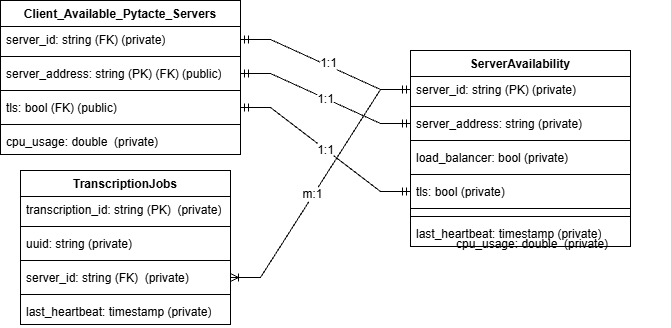
Earlier version of the draw.io export Pytacte-ui/pytacte/src/data/Database_Schema.drawio.png (CSharpTeoMan911/Pytacte). Source tidied: cells renumbered, new cells last; positions are measured from the earlier drawing's top-left corner, leaving out a move shared by most shapes. Source of this version:
```xml
<mxGraphModel background="light-dark(#ffffff, #121212)">
  <root>
    <mxCell id="0" />
    <mxCell id="1" parent="0" />
    <mxCell id="2" value="TranscriptionJobs&lt;div&gt;&lt;br&gt;&lt;/div&gt;" style="swimlane;fontStyle=1;align=center;verticalAlign=top;horizontal=1;startSize=26;whiteSpace=wrap;html=1;" parent="1" vertex="1">
      <mxGeometry x="20" y="170" width="210" height="154" as="geometry" />
    </mxCell>
    <mxCell id="3" value="transcription_id: string (PK)&amp;nbsp;&amp;nbsp;(private)" style="text;strokeColor=none;fillColor=none;align=left;verticalAlign=top;spacingLeft=4;spacingRight=4;overflow=hidden;whiteSpace=wrap;html=1;" parent="2" vertex="1">
      <mxGeometry y="26" width="210" height="26" as="geometry" />
    </mxCell>
    <mxCell id="4" style="line;strokeWidth=1;fillColor=none;align=left;verticalAlign=middle;spacingTop=-1;spacingLeft=3;spacingRight=3;labelPosition=right;strokeColor=inherit;labelPerimeter=1;" parent="2" vertex="1">
      <mxGeometry y="52" width="210" height="8" as="geometry" />
    </mxCell>
    <mxCell id="5" value="uuid: string (private)" style="text;strokeColor=none;fillColor=none;align=left;verticalAlign=top;spacingLeft=4;spacingRight=4;overflow=hidden;whiteSpace=wrap;html=1;" parent="2" vertex="1">
      <mxGeometry y="60" width="210" height="26" as="geometry" />
    </mxCell>
    <mxCell id="6" style="line;strokeWidth=1;fillColor=none;align=left;verticalAlign=middle;spacingTop=-1;spacingLeft=3;spacingRight=3;labelPosition=right;strokeColor=inherit;labelPerimeter=1;" parent="2" vertex="1">
      <mxGeometry y="86" width="210" height="8" as="geometry" />
    </mxCell>
    <mxCell id="7" value="server_id: string (FK)&amp;nbsp; (private)" style="text;strokeColor=none;fillColor=none;align=left;verticalAlign=top;spacingLeft=4;spacingRight=4;overflow=hidden;points=[[0,0.5],[1,0.5]];portConstraint=eastwest;whiteSpace=wrap;html=1;" parent="2" vertex="1">
      <mxGeometry y="94" width="210" height="26" as="geometry" />
    </mxCell>
    <mxCell id="8" style="line;strokeWidth=1;fillColor=none;align=left;verticalAlign=middle;spacingTop=-1;spacingLeft=3;spacingRight=3;labelPosition=right;strokeColor=inherit;labelPerimeter=1;" parent="2" vertex="1">
      <mxGeometry y="120" width="210" height="8" as="geometry" />
    </mxCell>
    <mxCell id="9" value="last_heartbeat: timestamp (private)" style="text;strokeColor=none;fillColor=none;align=left;verticalAlign=top;spacingLeft=4;spacingRight=4;overflow=hidden;whiteSpace=wrap;html=1;" parent="2" vertex="1">
      <mxGeometry y="128" width="210" height="26" as="geometry" />
    </mxCell>
    <mxCell id="10" value="ServerAvailability" style="swimlane;fontStyle=1;align=center;verticalAlign=top;horizontal=1;startSize=26;whiteSpace=wrap;html=1;" parent="1" vertex="1">
      <mxGeometry x="410" y="50" width="220" height="196" as="geometry" />
    </mxCell>
    <mxCell id="11" value="server_id: string (PK) (private)" style="text;strokeColor=none;fillColor=none;align=left;verticalAlign=top;spacingLeft=4;spacingRight=4;overflow=hidden;points=[[0,0.5],[1,0.5]];portConstraint=eastwest;whiteSpace=wrap;html=1;" parent="10" vertex="1">
      <mxGeometry y="26" width="220" height="26" as="geometry" />
    </mxCell>
    <mxCell id="12" style="line;strokeWidth=1;fillColor=none;align=left;verticalAlign=middle;spacingTop=-1;spacingLeft=3;spacingRight=3;labelPosition=right;strokeColor=inherit;labelPerimeter=1;" parent="10" vertex="1">
      <mxGeometry y="52" width="220" height="8" as="geometry" />
    </mxCell>
    <mxCell id="13" value="server_address: string (private)" style="text;strokeColor=none;fillColor=none;align=left;verticalAlign=top;spacingLeft=4;spacingRight=4;overflow=hidden;points=[[0,0.5],[1,0.5]];portConstraint=eastwest;whiteSpace=wrap;html=1;" parent="10" vertex="1">
      <mxGeometry y="60" width="220" height="26" as="geometry" />
    </mxCell>
    <mxCell id="14" style="line;strokeWidth=1;fillColor=none;align=left;verticalAlign=middle;spacingTop=-1;spacingLeft=3;spacingRight=3;labelPosition=right;strokeColor=inherit;labelPerimeter=1;" parent="10" vertex="1">
      <mxGeometry y="86" width="220" height="8" as="geometry" />
    </mxCell>
    <mxCell id="15" value="load_balancer: bool (private)" style="text;strokeColor=none;fillColor=none;align=left;verticalAlign=top;spacingLeft=4;spacingRight=4;overflow=hidden;whiteSpace=wrap;html=1;" parent="10" vertex="1">
      <mxGeometry y="94" width="220" height="26" as="geometry" />
    </mxCell>
    <mxCell id="16" style="line;strokeWidth=1;fillColor=none;align=left;verticalAlign=middle;spacingTop=-1;spacingLeft=3;spacingRight=3;labelPosition=right;strokeColor=inherit;labelPerimeter=1;" parent="10" vertex="1">
      <mxGeometry y="120" width="220" height="8" as="geometry" />
    </mxCell>
    <mxCell id="17" value="tls: bool (private)" style="text;strokeColor=none;fillColor=none;align=left;verticalAlign=top;spacingLeft=4;spacingRight=4;overflow=hidden;points=[[0,0.5],[1,0.5]];portConstraint=eastwest;whiteSpace=wrap;html=1;" parent="10" vertex="1">
      <mxGeometry y="128" width="220" height="26" as="geometry" />
    </mxCell>
    <mxCell id="18" style="line;strokeWidth=1;fillColor=none;align=left;verticalAlign=middle;spacingTop=-1;spacingLeft=3;spacingRight=3;labelPosition=right;strokeColor=inherit;labelPerimeter=1;" parent="10" vertex="1">
      <mxGeometry y="154" width="220" height="8" as="geometry" />
    </mxCell>
    <mxCell id="19" style="line;strokeWidth=1;fillColor=none;align=left;verticalAlign=middle;spacingTop=-1;spacingLeft=3;spacingRight=3;labelPosition=right;strokeColor=inherit;labelPerimeter=1;" parent="10" vertex="1">
      <mxGeometry y="162" width="220" height="8" as="geometry" />
    </mxCell>
    <mxCell id="20" value="last_heartbeat: timestamp (private)" style="text;strokeColor=none;fillColor=none;align=left;verticalAlign=top;spacingLeft=4;spacingRight=4;overflow=hidden;whiteSpace=wrap;html=1;" parent="10" vertex="1">
      <mxGeometry y="170" width="220" height="26" as="geometry" />
    </mxCell>
    <mxCell id="21" value="Client_Available_Pytacte_Servers" style="swimlane;fontStyle=1;align=center;verticalAlign=top;horizontal=1;startSize=26;whiteSpace=wrap;html=1;" parent="1" vertex="1">
      <mxGeometry width="240" height="154" as="geometry" />
    </mxCell>
    <mxCell id="22" value="server_id: string (FK) (private)" style="text;strokeColor=none;fillColor=none;align=left;verticalAlign=top;spacingLeft=4;spacingRight=4;overflow=hidden;points=[[0,0.5],[1,0.5]];portConstraint=eastwest;whiteSpace=wrap;html=1;" parent="21" vertex="1">
      <mxGeometry y="26" width="240" height="26" as="geometry" />
    </mxCell>
    <mxCell id="23" style="line;strokeWidth=1;fillColor=none;align=left;verticalAlign=middle;spacingTop=-1;spacingLeft=3;spacingRight=3;labelPosition=right;strokeColor=inherit;labelPerimeter=1;" parent="21" vertex="1">
      <mxGeometry y="52" width="240" height="8" as="geometry" />
    </mxCell>
    <mxCell id="24" value="server_address: string (PK) (FK) (public)" style="text;strokeColor=none;fillColor=none;align=left;verticalAlign=top;spacingLeft=4;spacingRight=4;overflow=hidden;points=[[0,0.5],[1,0.5]];portConstraint=eastwest;whiteSpace=wrap;html=1;" parent="21" vertex="1">
      <mxGeometry y="60" width="240" height="26" as="geometry" />
    </mxCell>
    <mxCell id="25" style="line;strokeWidth=1;fillColor=none;align=left;verticalAlign=middle;spacingTop=-1;spacingLeft=3;spacingRight=3;labelPosition=right;strokeColor=inherit;labelPerimeter=1;" parent="21" vertex="1">
      <mxGeometry y="86" width="240" height="8" as="geometry" />
    </mxCell>
    <mxCell id="26" value="tls: bool (FK) (public)" style="text;strokeColor=none;fillColor=none;align=left;verticalAlign=top;spacingLeft=4;spacingRight=4;overflow=hidden;points=[[0,0.5],[1,0.5]];portConstraint=eastwest;whiteSpace=wrap;html=1;" parent="21" vertex="1">
      <mxGeometry y="94" width="240" height="26" as="geometry" />
    </mxCell>
    <mxCell id="27" style="line;strokeWidth=1;fillColor=none;align=left;verticalAlign=middle;spacingTop=-1;spacingLeft=3;spacingRight=3;labelPosition=right;strokeColor=inherit;labelPerimeter=1;" parent="21" vertex="1">
      <mxGeometry y="120" width="240" height="8" as="geometry" />
    </mxCell>
    <mxCell id="28" value="cpu_usage: double&amp;nbsp;&amp;nbsp;(private)" style="text;strokeColor=none;fillColor=none;align=left;verticalAlign=top;spacingLeft=4;spacingRight=4;overflow=hidden;whiteSpace=wrap;html=1;" parent="21" vertex="1">
      <mxGeometry y="128" width="240" height="26" as="geometry" />
    </mxCell>
    <mxCell id="29" style="edgeStyle=entityRelationEdgeStyle;fontSize=12;html=1;endArrow=ERoneToMany;rounded=0;defaultLabelBackgroundColor=page;exitX=0;exitY=0.5;exitDx=0;exitDy=0;entryX=1;entryY=0.5;entryDx=0;entryDy=0;" parent="1" edge="1" source="11" target="7">
      <mxGeometry relative="1" as="geometry" />
    </mxCell>
    <mxCell id="30" value="m:1" style="edgeLabel;html=1;align=center;verticalAlign=middle;inheritText=1;fontSize=12;defaultLabelBackgroundColor=page;" parent="29" vertex="1">
      <mxGeometry x="0.1" y="-2" relative="1" as="geometry" />
    </mxCell>
    <mxCell id="31" style="edgeStyle=entityRelationEdgeStyle;fontSize=12;html=1;endArrow=ERmandOne;startArrow=ERmandOne;rounded=0;defaultLabelBackgroundColor=page;entryX=0;entryY=0.5;entryDx=0;entryDy=0;exitX=1;exitY=0.5;exitDx=0;exitDy=0;" parent="1" edge="1" source="22" target="11">
      <mxGeometry relative="1" as="geometry" />
    </mxCell>
    <mxCell id="32" value="1:1" style="edgeLabel;html=1;align=center;verticalAlign=middle;inheritText=1;fontSize=12;defaultLabelBackgroundColor=page;" parent="31" vertex="1">
      <mxGeometry x="0.02" y="2" relative="1" as="geometry" />
    </mxCell>
    <mxCell id="33" style="edgeStyle=entityRelationEdgeStyle;fontSize=12;html=1;endArrow=ERmandOne;startArrow=ERmandOne;rounded=0;defaultLabelBackgroundColor=page;entryX=0;entryY=0.5;entryDx=0;entryDy=0;exitX=1;exitY=0.5;exitDx=0;exitDy=0;" parent="1" edge="1" source="24" target="13">
      <mxGeometry relative="1" as="geometry" />
    </mxCell>
    <mxCell id="34" value="1:1" style="edgeLabel;html=1;align=center;verticalAlign=middle;inheritText=1;fontSize=12;defaultLabelBackgroundColor=page;" parent="33" vertex="1">
      <mxGeometry x="-0.01" y="-1" relative="1" as="geometry" />
    </mxCell>
    <mxCell id="35" style="edgeStyle=entityRelationEdgeStyle;fontSize=12;html=1;endArrow=ERmandOne;startArrow=ERmandOne;rounded=0;defaultLabelBackgroundColor=page;entryX=0;entryY=0.5;entryDx=0;entryDy=0;exitX=1;exitY=0.5;exitDx=0;exitDy=0;" parent="1" edge="1" source="26" target="17">
      <mxGeometry relative="1" as="geometry" />
    </mxCell>
    <mxCell id="36" value="1:1" style="edgeLabel;html=1;align=center;verticalAlign=middle;inheritText=1;fontSize=12;defaultLabelBackgroundColor=page;" parent="35" vertex="1">
      <mxGeometry x="-0.01" y="-1" relative="1" as="geometry" />
    </mxCell>
    <mxCell id="37" value="cpu_usage: double&amp;nbsp;&amp;nbsp;(private)" style="text;strokeColor=none;fillColor=none;align=left;verticalAlign=top;spacingLeft=4;spacingRight=4;overflow=hidden;whiteSpace=wrap;html=1;" parent="1" vertex="1">
      <mxGeometry x="450" y="230" width="220" height="26" as="geometry" />
    </mxCell>
  </root>
</mxGraphModel>
```
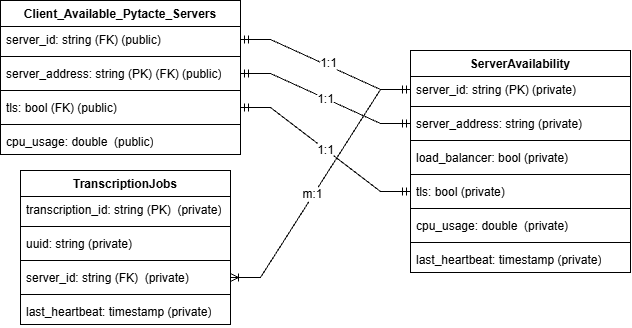
The same diagram one commit later.

Diff of the diagram source:
```diff
@@ -27,7 +27,7 @@
       <mxGeometry y="128" width="210" height="26" as="geometry" />
     </mxCell>
     <mxCell id="10" value="ServerAvailability" style="swimlane;fontStyle=1;align=center;verticalAlign=top;horizontal=1;startSize=26;whiteSpace=wrap;html=1;" parent="1" vertex="1">
-      <mxGeometry x="410" y="50" width="220" height="196" as="geometry" />
+      <mxGeometry x="410" y="50" width="220" height="222" as="geometry" />
     </mxCell>
     <mxCell id="11" value="server_id: string (PK) (private)" style="text;strokeColor=none;fillColor=none;align=left;verticalAlign=top;spacingLeft=4;spacingRight=4;overflow=hidden;points=[[0,0.5],[1,0.5]];portConstraint=eastwest;whiteSpace=wrap;html=1;" parent="10" vertex="1">
       <mxGeometry y="26" width="220" height="26" as="geometry" />
@@ -53,16 +53,19 @@
     <mxCell id="18" style="line;strokeWidth=1;fillColor=none;align=left;verticalAlign=middle;spacingTop=-1;spacingLeft=3;spacingRight=3;labelPosition=right;strokeColor=inherit;labelPerimeter=1;" parent="10" vertex="1">
       <mxGeometry y="154" width="220" height="8" as="geometry" />
     </mxCell>
+    <mxCell id="37" value="cpu_usage: double&amp;nbsp;&amp;nbsp;(private)" style="text;strokeColor=none;fillColor=none;align=left;verticalAlign=top;spacingLeft=4;spacingRight=4;overflow=hidden;whiteSpace=wrap;html=1;" parent="10" vertex="1">
+      <mxGeometry y="162" width="220" height="26" as="geometry" />
+    </mxCell>
     <mxCell id="19" style="line;strokeWidth=1;fillColor=none;align=left;verticalAlign=middle;spacingTop=-1;spacingLeft=3;spacingRight=3;labelPosition=right;strokeColor=inherit;labelPerimeter=1;" parent="10" vertex="1">
-      <mxGeometry y="162" width="220" height="8" as="geometry" />
+      <mxGeometry y="188" width="220" height="8" as="geometry" />
     </mxCell>
     <mxCell id="20" value="last_heartbeat: timestamp (private)" style="text;strokeColor=none;fillColor=none;align=left;verticalAlign=top;spacingLeft=4;spacingRight=4;overflow=hidden;whiteSpace=wrap;html=1;" parent="10" vertex="1">
-      <mxGeometry y="170" width="220" height="26" as="geometry" />
+      <mxGeometry y="196" width="220" height="26" as="geometry" />
     </mxCell>
     <mxCell id="21" value="Client_Available_Pytacte_Servers" style="swimlane;fontStyle=1;align=center;verticalAlign=top;horizontal=1;startSize=26;whiteSpace=wrap;html=1;" parent="1" vertex="1">
       <mxGeometry width="240" height="154" as="geometry" />
     </mxCell>
-    <mxCell id="22" value="server_id: string (FK) (private)" style="text;strokeColor=none;fillColor=none;align=left;verticalAlign=top;spacingLeft=4;spacingRight=4;overflow=hidden;points=[[0,0.5],[1,0.5]];portConstraint=eastwest;whiteSpace=wrap;html=1;" parent="21" vertex="1">
+    <mxCell id="22" value="server_id: string (FK) (public)" style="text;strokeColor=none;fillColor=none;align=left;verticalAlign=top;spacingLeft=4;spacingRight=4;overflow=hidden;points=[[0,0.5],[1,0.5]];portConstraint=eastwest;whiteSpace=wrap;html=1;" parent="21" vertex="1">
       <mxGeometry y="26" width="240" height="26" as="geometry" />
     </mxCell>
     <mxCell id="23" style="line;strokeWidth=1;fillColor=none;align=left;verticalAlign=middle;spacingTop=-1;spacingLeft=3;spacingRight=3;labelPosition=right;strokeColor=inherit;labelPerimeter=1;" parent="21" vertex="1">
@@ -80,7 +83,7 @@
     <mxCell id="27" style="line;strokeWidth=1;fillColor=none;align=left;verticalAlign=middle;spacingTop=-1;spacingLeft=3;spacingRight=3;labelPosition=right;strokeColor=inherit;labelPerimeter=1;" parent="21" vertex="1">
       <mxGeometry y="120" width="240" height="8" as="geometry" />
     </mxCell>
-    <mxCell id="28" value="cpu_usage: double&amp;nbsp;&amp;nbsp;(private)" style="text;strokeColor=none;fillColor=none;align=left;verticalAlign=top;spacingLeft=4;spacingRight=4;overflow=hidden;whiteSpace=wrap;html=1;" parent="21" vertex="1">
+    <mxCell id="28" value="cpu_usage: double&amp;nbsp;&amp;nbsp;(public)" style="text;strokeColor=none;fillColor=none;align=left;verticalAlign=top;spacingLeft=4;spacingRight=4;overflow=hidden;whiteSpace=wrap;html=1;" parent="21" vertex="1">
       <mxGeometry y="128" width="240" height="26" as="geometry" />
     </mxCell>
     <mxCell id="29" style="edgeStyle=entityRelationEdgeStyle;fontSize=12;html=1;endArrow=ERoneToMany;rounded=0;defaultLabelBackgroundColor=page;exitX=0;exitY=0.5;exitDx=0;exitDy=0;entryX=1;entryY=0.5;entryDx=0;entryDy=0;" parent="1" edge="1" source="11" target="7">
@@ -107,8 +110,5 @@
     <mxCell id="36" value="1:1" style="edgeLabel;html=1;align=center;verticalAlign=middle;inheritText=1;fontSize=12;defaultLabelBackgroundColor=page;" parent="35" vertex="1">
       <mxGeometry x="-0.01" y="-1" relative="1" as="geometry" />
     </mxCell>
-    <mxCell id="37" value="cpu_usage: double&amp;nbsp;&amp;nbsp;(private)" style="text;strokeColor=none;fillColor=none;align=left;verticalAlign=top;spacingLeft=4;spacingRight=4;overflow=hidden;whiteSpace=wrap;html=1;" parent="1" vertex="1">
-      <mxGeometry x="450" y="230" width="220" height="26" as="geometry" />
-    </mxCell>
   </root>
 </mxGraphModel>
```
